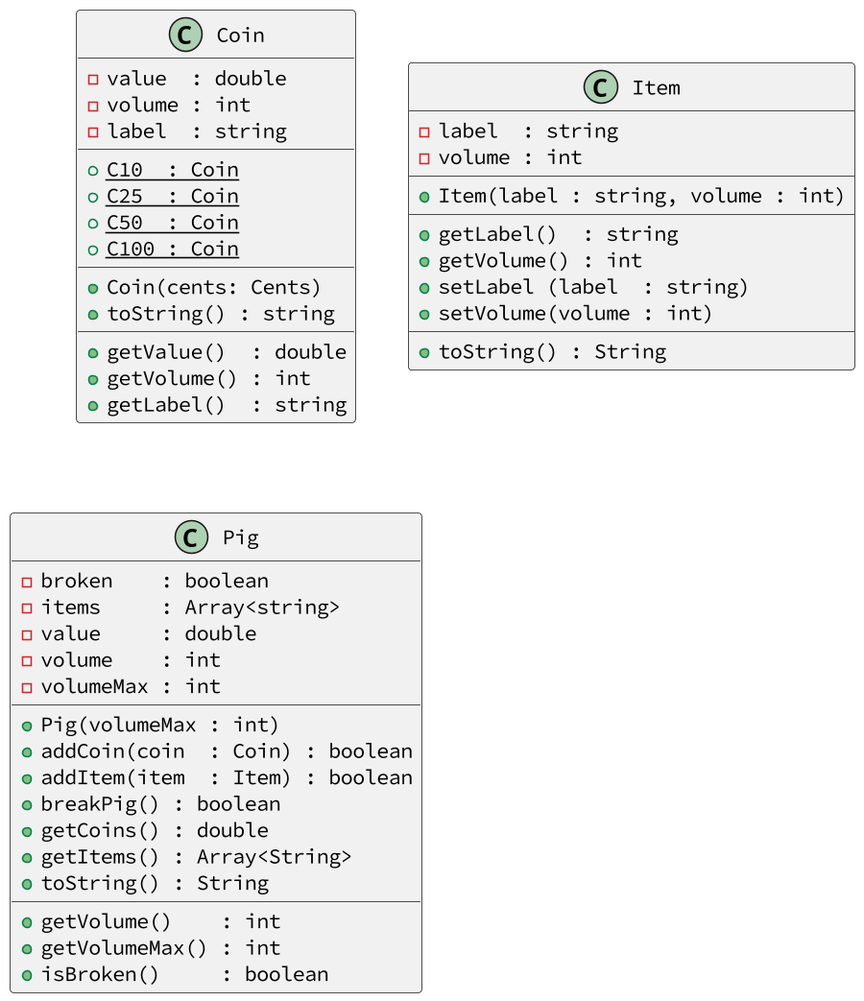
This is base/017/diagrama.png from qxcodepoo/arcade, a PlantUML export, as it was before one commit.
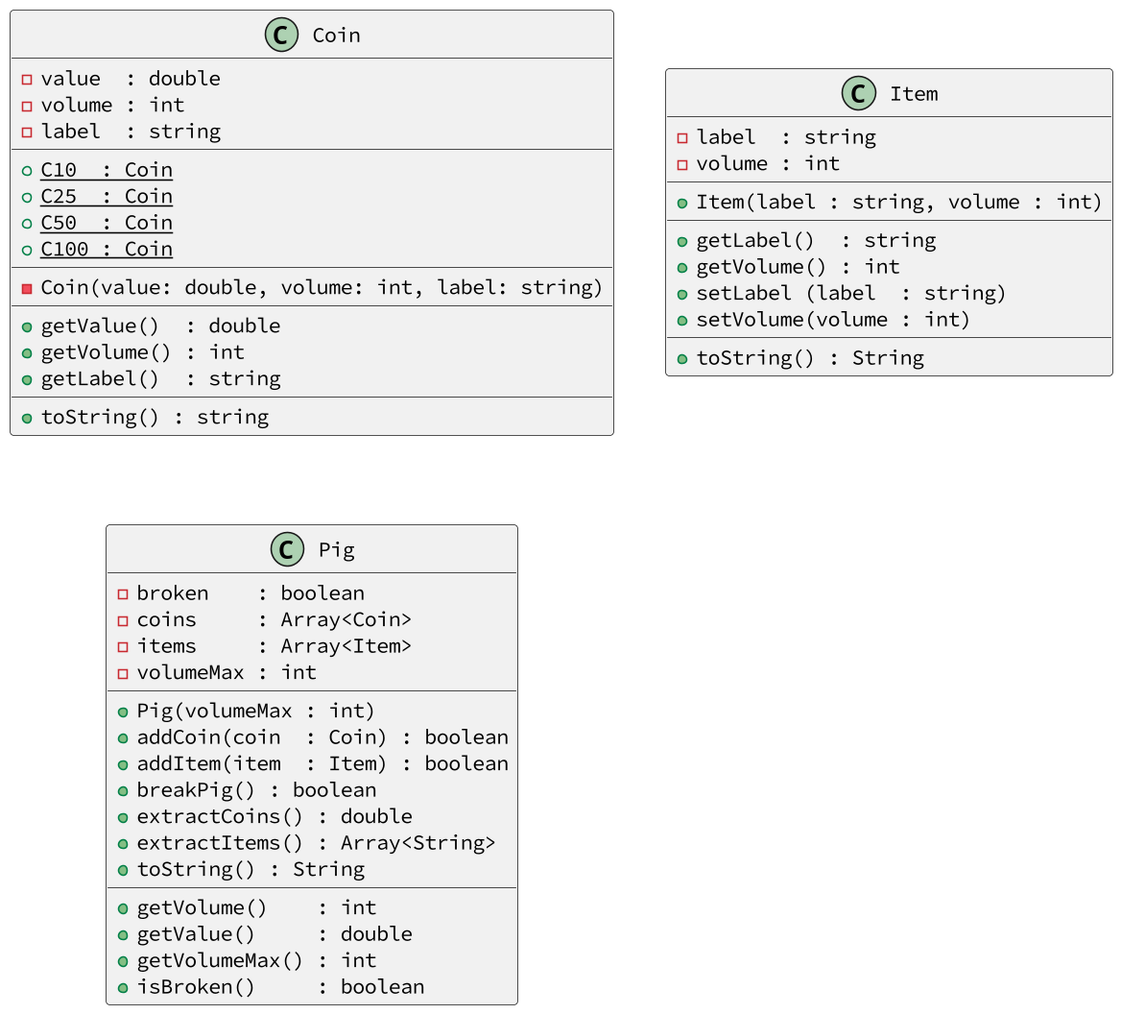
Above is the later version.

Change to the diagram source:
```diff
@@ -11,12 +11,13 @@
   + {static} C50  : Coin
   + {static} C100 : Coin
   __
-  + Coin(cents: Cents)
-  + toString() : string
+  - Coin(value: double, volume: int, label: string)
   __
   + getValue()  : double
   + getVolume() : int
   + getLabel()  : string
+  __
+  + toString() : string
 }
 class Item {
   - label  : string
@@ -33,20 +34,20 @@
 }
 class Pig {
   - broken    : boolean
-  - items     : Array<string>
-  - value     : double
-  - volume    : int
+  - coins     : Array<Coin>
+  - items     : Array<Item>
   - volumeMax : int
   __
   + Pig(volumeMax : int)
   + addCoin(coin  : Coin) : boolean
   + addItem(item  : Item) : boolean
   + breakPig() : boolean
-  + getCoins() : double
-  + getItems() : Array<String>
+  + extractCoins() : double
+  + extractItems() : Array<String>
   + toString() : String
   __
   + getVolume()    : int
+  + getValue()     : double
   + getVolumeMax() : int
   + isBroken()     : boolean
 }
```
